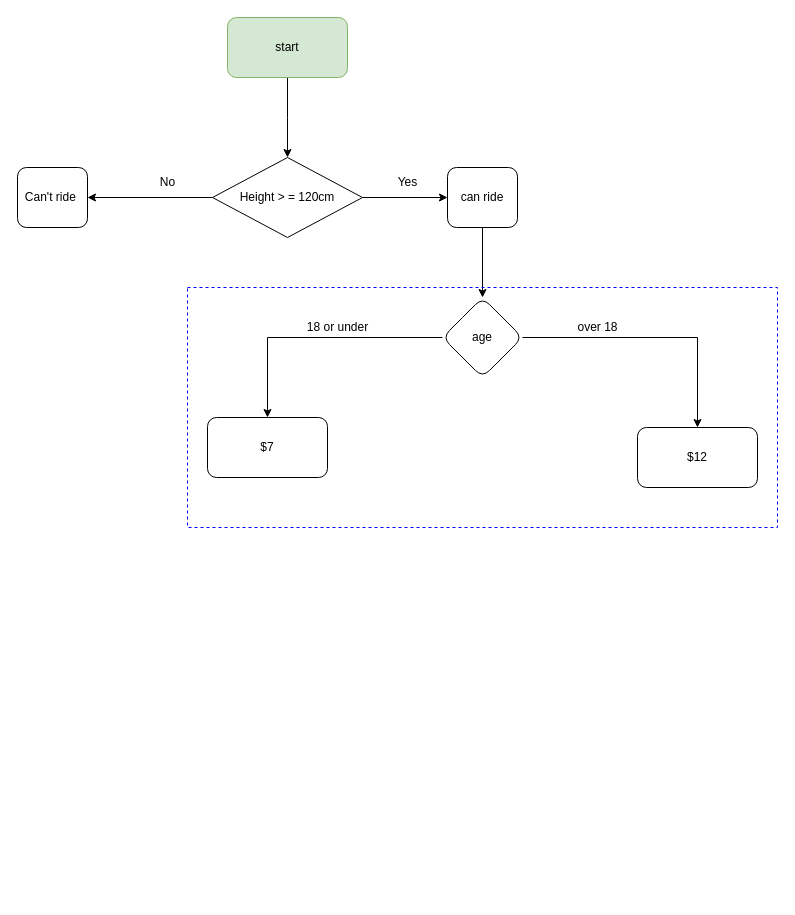
Earlier version of the draw.io diagram exercises_and_notes/day3/exercise1/rollercoaster1.drawio (zo-88/python_learning). Source tidied: cells renumbered, new cells numbered last; positions are measured from the earlier drawing's top-left corner, leaving out a move shared by most shapes. Both pictures are drawn from the tidied source at 100%, with x=0, y=0 at pixel (17, 17).
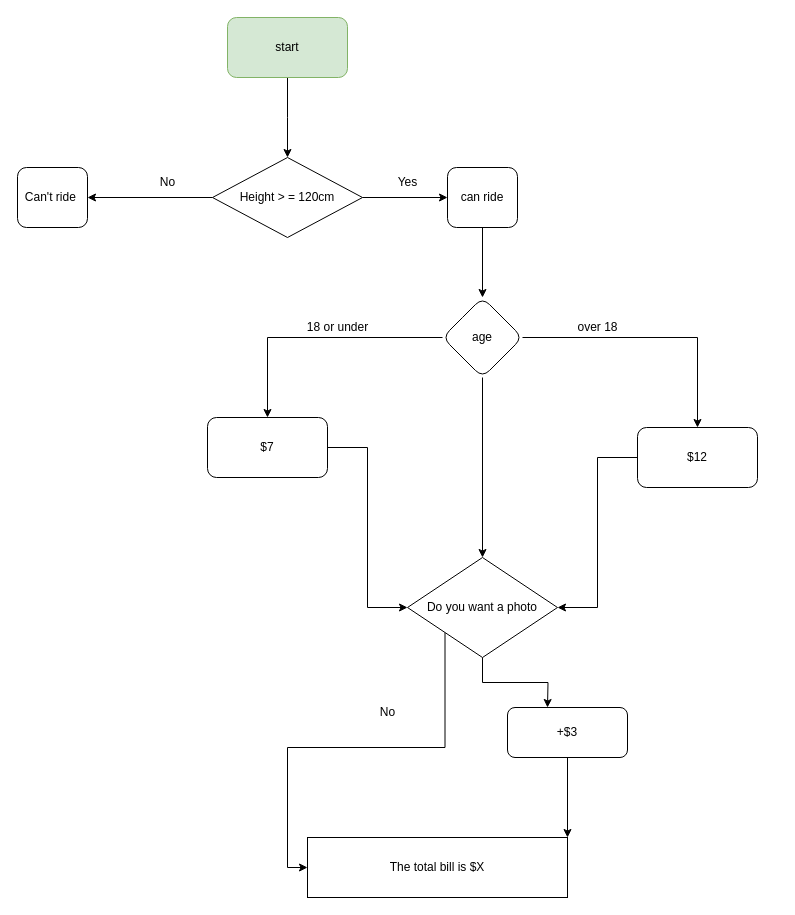
The same diagram, later.

Commit message (it also covers changes not shown here):
Final rollercoaster chechecker and control flow chart and leap year program

The change refers to these unchanged cells:
```xml
<mxCell id="14" value="age" style="rhombus;whiteSpace=wrap;html=1;rounded=1;" parent="1" vertex="1">
  <mxGeometry x="425" y="280" width="80" height="80" as="geometry" />
</mxCell>
<mxCell id="15" value="$7" style="whiteSpace=wrap;html=1;rounded=1;" parent="1" vertex="1">
  <mxGeometry x="190" y="400" width="120" height="60" as="geometry" />
</mxCell>
<mxCell id="16" value="$12" style="whiteSpace=wrap;html=1;rounded=1;" parent="1" vertex="1">
  <mxGeometry x="620" y="410" width="120" height="60" as="geometry" />
</mxCell>
```

Diff of the diagram source:
```diff
@@
+    <mxCell id="20" style="edgeStyle=orthogonalEdgeStyle;rounded=0;jettySize=auto;html=1;exitX=0.5;exitY=1;exitDx=0;exitDy=0;" parent="1" edge="1" source="14" target="25">
+      <mxGeometry relative="1" as="geometry" />
+    </mxCell>
@@
+    <mxCell id="21" style="edgeStyle=orthogonalEdgeStyle;rounded=0;jettySize=auto;html=1;entryX=0;entryY=0.5;entryDx=0;entryDy=0;" parent="1" edge="1" source="15" target="25">
+      <mxGeometry relative="1" as="geometry" />
+    </mxCell>
@@
+    <mxCell id="22" style="edgeStyle=orthogonalEdgeStyle;rounded=0;jettySize=auto;html=1;entryX=1;entryY=0.5;entryDx=0;entryDy=0;" parent="1" edge="1" source="16" target="25">
+      <mxGeometry relative="1" as="geometry" />
+    </mxCell>
@@
-    <mxCell id="19" style="rounded=0;whiteSpace=wrap;html=1;fillColor=none;dashed=1;strokeColor=#0000FF;" parent="1" vertex="1">
-      <mxGeometry x="170" y="270" width="590" height="240" as="geometry" />
-    </mxCell>
+    <mxCell id="23" style="edgeStyle=orthogonalEdgeStyle;rounded=0;jettySize=auto;html=1;exitX=0;exitY=1;exitDx=0;exitDy=0;entryX=0;entryY=0.5;entryDx=0;entryDy=0;" parent="1" edge="1" source="25" target="27">
+      <mxGeometry relative="1" as="geometry" />
+    </mxCell>
+    <mxCell id="24" style="edgeStyle=orthogonalEdgeStyle;rounded=0;jettySize=auto;html=1;" parent="1" edge="1" source="25">
+      <mxGeometry relative="1" as="geometry">
+        <mxPoint x="530" y="690" as="targetPoint" />
+      </mxGeometry>
+    </mxCell>
+    <mxCell id="25" value="Do you want a photo" style="rhombus;whiteSpace=wrap;html=1;" parent="1" vertex="1">
+      <mxGeometry x="390" y="540" width="150" height="100" as="geometry" />
+    </mxCell>
+    <mxCell id="26" value="No" style="text;html=1;align=center;verticalAlign=middle;strokeColor=none;fillColor=none;" parent="1" vertex="1">
+      <mxGeometry x="350" y="680" width="40" height="30" as="geometry" />
+    </mxCell>
+    <mxCell id="27" value="The total bill is $X" style="rounded=0;whiteSpace=wrap;html=1;" parent="1" vertex="1">
+      <mxGeometry x="290" y="820" width="260" height="60" as="geometry" />
+    </mxCell>
+    <mxCell id="28" style="edgeStyle=orthogonalEdgeStyle;rounded=0;jettySize=auto;html=1;entryX=1;entryY=0;entryDx=0;entryDy=0;" parent="1" edge="1" source="29" target="27">
+      <mxGeometry relative="1" as="geometry" />
+    </mxCell>
+    <mxCell id="29" value="+$3" style="rounded=1;whiteSpace=wrap;html=1;" parent="1" vertex="1">
+      <mxGeometry x="490" y="690" width="120" height="50" as="geometry" />
+    </mxCell>
```
